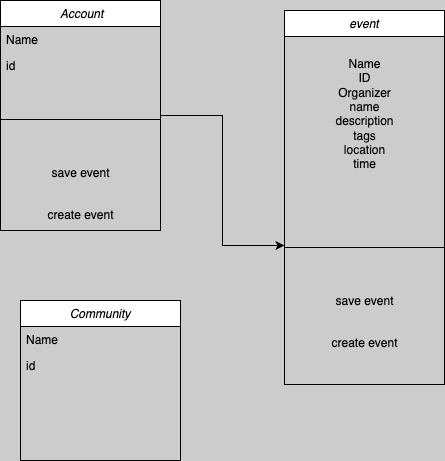
This is images/domain_model.drawio.png from calvin-cs262-fall2024-thefunteam/Project, a draw.io export, as it was before one commit. Source tidied: cells renumbered, new cells last; positions are measured from the earlier drawing's top-left corner, leaving out a move shared by most shapes.
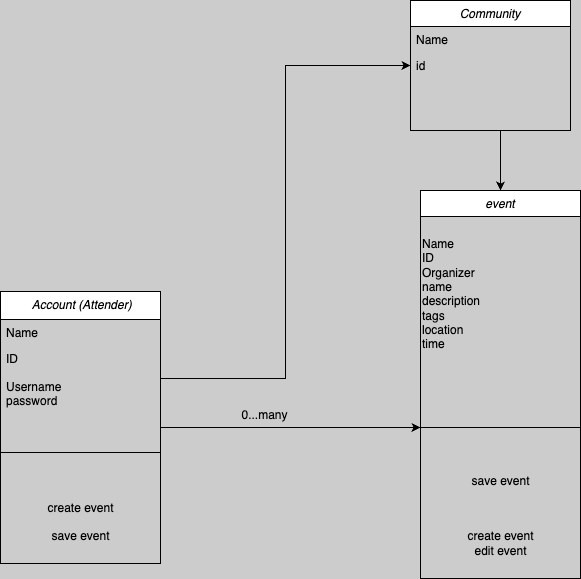
After the commit.

Change to the diagram source:
```diff
@@ -2,28 +2,31 @@
   <root>
     <mxCell id="0" />
     <mxCell id="1" parent="0" />
+    <mxCell id="13" style="edgeStyle=orthogonalEdgeStyle;rounded=0;jettySize=auto;html=1;" parent="1" edge="1" source="2" target="10">
+      <mxGeometry relative="1" as="geometry" />
+    </mxCell>
-    <mxCell id="2" value=" Account" style="swimlane;fontStyle=2;align=center;verticalAlign=top;horizontal=1;startSize=26;rounded=0;shadow=0;strokeWidth=1;" parent="1" vertex="1">
-      <mxGeometry width="160" height="230" as="geometry" />
+    <mxCell id="2" value=" Account (Attender)" style="swimlane;fontStyle=2;align=center;verticalAlign=top;horizontal=1;startSize=28;rounded=0;shadow=0;strokeWidth=1;" parent="1" vertex="1">
+      <mxGeometry x="20" y="331" width="160" height="272" as="geometry" />
     </mxCell>
     <mxCell id="3" value="Name" style="text;align=left;verticalAlign=top;spacingLeft=4;spacingRight=4;overflow=hidden;" parent="2" vertex="1">
-      <mxGeometry y="26" width="160" height="26" as="geometry" />
+      <mxGeometry y="28" width="160" height="26" as="geometry" />
     </mxCell>
-    <mxCell id="4" value="id" style="text;align=left;verticalAlign=top;spacingLeft=4;spacingRight=4;overflow=hidden;points=[[0,0.5],[1,0.5]];portConstraint=eastwest;rounded=0;shadow=0;html=0;" parent="2" vertex="1">
-      <mxGeometry y="52" width="160" height="26" as="geometry" />
+    <mxCell id="4" value="ID&#10;&#10;Username &#10;password&#10;" style="text;align=left;verticalAlign=top;spacingLeft=4;spacingRight=4;overflow=hidden;points=[[0,0.5],[1,0.5]];portConstraint=eastwest;rounded=0;shadow=0;html=0;" parent="2" vertex="1">
+      <mxGeometry y="54" width="160" height="66" as="geometry" />
     </mxCell>
     <mxCell id="5" style="line;html=1;strokeWidth=1;align=left;verticalAlign=middle;spacingTop=-1;spacingLeft=3;spacingRight=3;labelPosition=right;" parent="2" vertex="1">
-      <mxGeometry y="78" width="160" height="82" as="geometry" />
+      <mxGeometry y="120" width="160" height="82" as="geometry" />
     </mxCell>
+    <mxCell id="7" value="create event" style="text;html=1;align=center;verticalAlign=middle;strokeColor=none;fillColor=none;" parent="2" vertex="1">
+      <mxGeometry y="202" width="160" height="30" as="geometry" />
+    </mxCell>
     <mxCell id="6" value="save event&lt;div&gt;&lt;br&gt;&lt;/div&gt;" style="text;html=1;align=center;verticalAlign=middle;strokeColor=none;fillColor=none;" parent="2" vertex="1">
-      <mxGeometry y="160" width="160" height="40" as="geometry" />
+      <mxGeometry y="232" width="160" height="40" as="geometry" />
     </mxCell>
-    <mxCell id="7" value="create event" style="text;html=1;align=center;verticalAlign=middle;strokeColor=none;fillColor=none;" parent="2" vertex="1">
-      <mxGeometry y="200" width="160" height="30" as="geometry" />
-    </mxCell>
     <mxCell id="8" value="event" style="swimlane;fontStyle=2;align=center;verticalAlign=top;horizontal=1;startSize=26;rounded=0;shadow=0;strokeWidth=1;" parent="1" vertex="1">
-      <mxGeometry x="284" y="10" width="160" height="374" as="geometry" />
+      <mxGeometry x="440" y="230" width="160" height="388" as="geometry" />
     </mxCell>
-    <mxCell id="9" value="&lt;div&gt;&lt;br&gt;&lt;/div&gt;&lt;div&gt;Name&lt;/div&gt;&lt;div&gt;ID&lt;/div&gt;&lt;div&gt;Organizer&lt;/div&gt;&lt;div&gt;name&lt;/div&gt;description&lt;div&gt;tags&lt;/div&gt;&lt;div&gt;location&lt;/div&gt;&lt;div&gt;time&lt;/div&gt;&lt;div&gt;&lt;br&gt;&lt;/div&gt;&lt;div&gt;&lt;br&gt;&lt;/div&gt;" style="text;html=1;align=center;verticalAlign=middle;strokeColor=none;fillColor=none;" parent="8" vertex="1">
+    <mxCell id="9" value="&lt;div&gt;&lt;br&gt;&lt;/div&gt;&lt;div&gt;Name&lt;/div&gt;&lt;div&gt;ID&lt;/div&gt;&lt;div&gt;Organizer&lt;/div&gt;&lt;div&gt;name&lt;/div&gt;description&lt;div&gt;tags&lt;/div&gt;&lt;div&gt;location&lt;/div&gt;&lt;div&gt;time&lt;/div&gt;&lt;div&gt;&lt;br&gt;&lt;/div&gt;&lt;div&gt;&lt;br&gt;&lt;/div&gt;" style="text;html=1;align=left;verticalAlign=middle;strokeColor=none;fillColor=none;" parent="8" vertex="1">
       <mxGeometry y="26" width="160" height="170" as="geometry" />
     </mxCell>
     <mxCell id="10" style="line;html=1;strokeWidth=1;align=left;verticalAlign=middle;spacingTop=-1;spacingLeft=3;spacingRight=3;labelPosition=right;points=[];portConstraint=eastwest;" parent="8" vertex="1">
@@ -32,14 +35,18 @@
     <mxCell id="11" value="save event&lt;div&gt;&lt;br&gt;&lt;/div&gt;" style="text;html=1;align=center;verticalAlign=middle;strokeColor=none;fillColor=none;" parent="8" vertex="1">
       <mxGeometry y="278" width="160" height="40" as="geometry" />
     </mxCell>
-    <mxCell id="12" value="create event" style="text;html=1;align=center;verticalAlign=middle;strokeColor=none;fillColor=none;" parent="8" vertex="1">
-      <mxGeometry y="318" width="160" height="30" as="geometry" />
+    <mxCell id="12" value="&lt;br&gt;create event&lt;br&gt;edit event&lt;div&gt;&lt;br&gt;&lt;/div&gt;" style="text;html=1;align=center;verticalAlign=middle;strokeColor=none;fillColor=none;" parent="8" vertex="1">
+      <mxGeometry y="318" width="160" height="70" as="geometry" />
     </mxCell>
-    <mxCell id="13" style="edgeStyle=orthogonalEdgeStyle;rounded=0;jettySize=auto;html=1;entryX=0;entryY=0.476;entryDx=0;entryDy=0;exitX=1;exitY=0.5;exitDx=0;exitDy=0;entryPerimeter=0;" parent="1" edge="1" source="2" target="10">
-      <mxGeometry relative="1" as="geometry" />
-    </mxCell>
+    <mxCell id="17" style="edgeStyle=orthogonalEdgeStyle;rounded=0;jettySize=auto;html=1;exitX=0.5;exitY=1;exitDx=0;exitDy=0;entryX=0.5;entryY=0;entryDx=0;entryDy=0;" parent="1" edge="1" source="14" target="8">
+      <mxGeometry relative="1" as="geometry">
+        <Array as="points">
+          <mxPoint x="520" y="170" />
+        </Array>
+      </mxGeometry>
+    </mxCell>
     <mxCell id="14" value="Community" style="swimlane;fontStyle=2;align=center;verticalAlign=top;horizontal=1;startSize=26;rounded=0;shadow=0;strokeWidth=1;" parent="1" vertex="1">
-      <mxGeometry x="20" y="300" width="160" height="160" as="geometry" />
+      <mxGeometry x="430" y="40" width="160" height="130" as="geometry" />
     </mxCell>
     <mxCell id="15" value="Name" style="text;align=left;verticalAlign=top;spacingLeft=4;spacingRight=4;overflow=hidden;" parent="14" vertex="1">
       <mxGeometry y="26" width="160" height="26" as="geometry" />
@@ -47,5 +54,11 @@
     <mxCell id="16" value="id" style="text;align=left;verticalAlign=top;spacingLeft=4;spacingRight=4;overflow=hidden;points=[[0,0.5],[1,0.5]];portConstraint=eastwest;rounded=0;shadow=0;html=0;" parent="14" vertex="1">
       <mxGeometry y="52" width="160" height="26" as="geometry" />
     </mxCell>
+    <mxCell id="18" value="0...many" style="text;html=1;align=center;verticalAlign=middle;strokeColor=none;fillColor=none;" parent="1" vertex="1">
+      <mxGeometry x="249" y="440" width="70" height="30" as="geometry" />
+    </mxCell>
+    <mxCell id="19" style="edgeStyle=orthogonalEdgeStyle;rounded=0;jettySize=auto;html=1;entryX=0;entryY=0.5;entryDx=0;entryDy=0;" parent="1" edge="1" source="4" target="16">
+      <mxGeometry relative="1" as="geometry" />
+    </mxCell>
   </root>
 </mxGraphModel>
```
